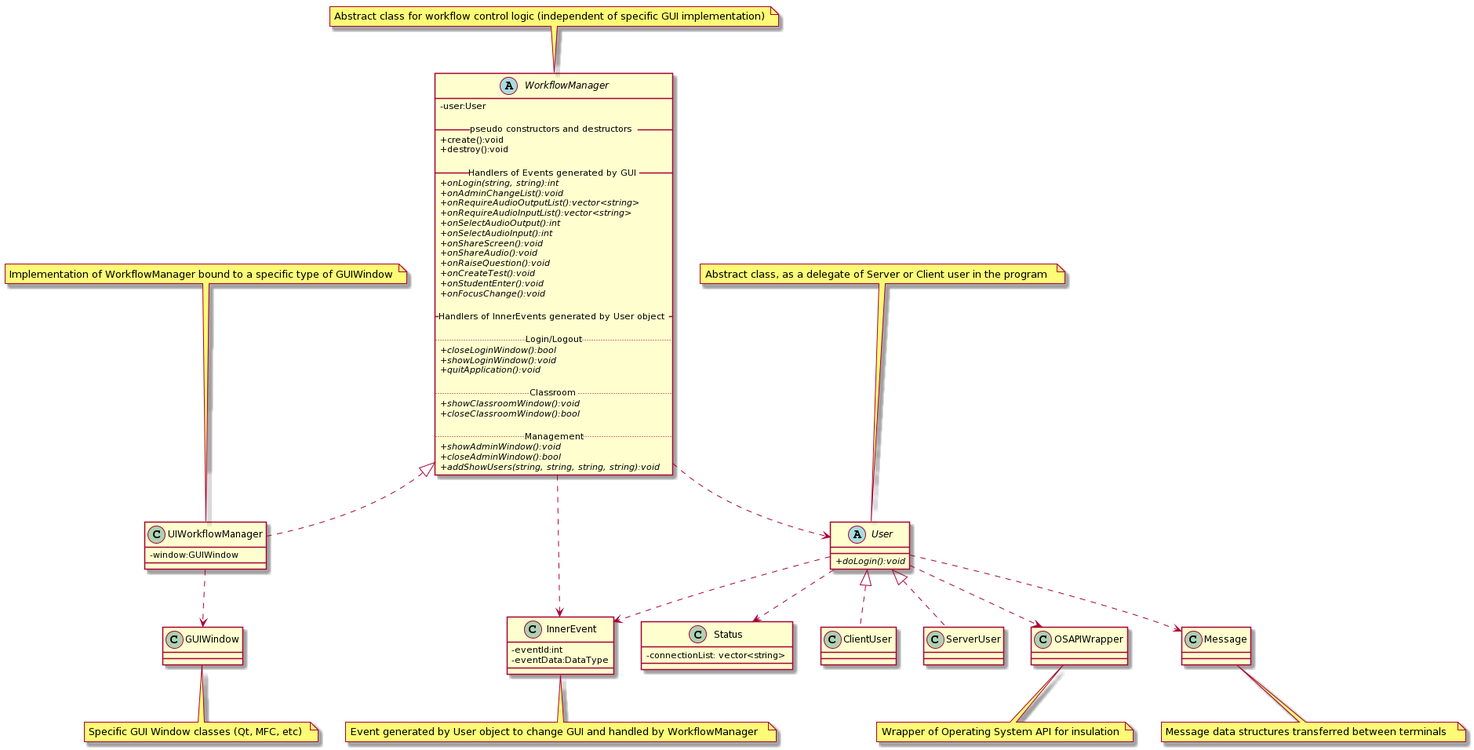
Before: doc/类图plantUML.png, a diagram exported from PlantUML (profthecopyright/Thunder_Class).
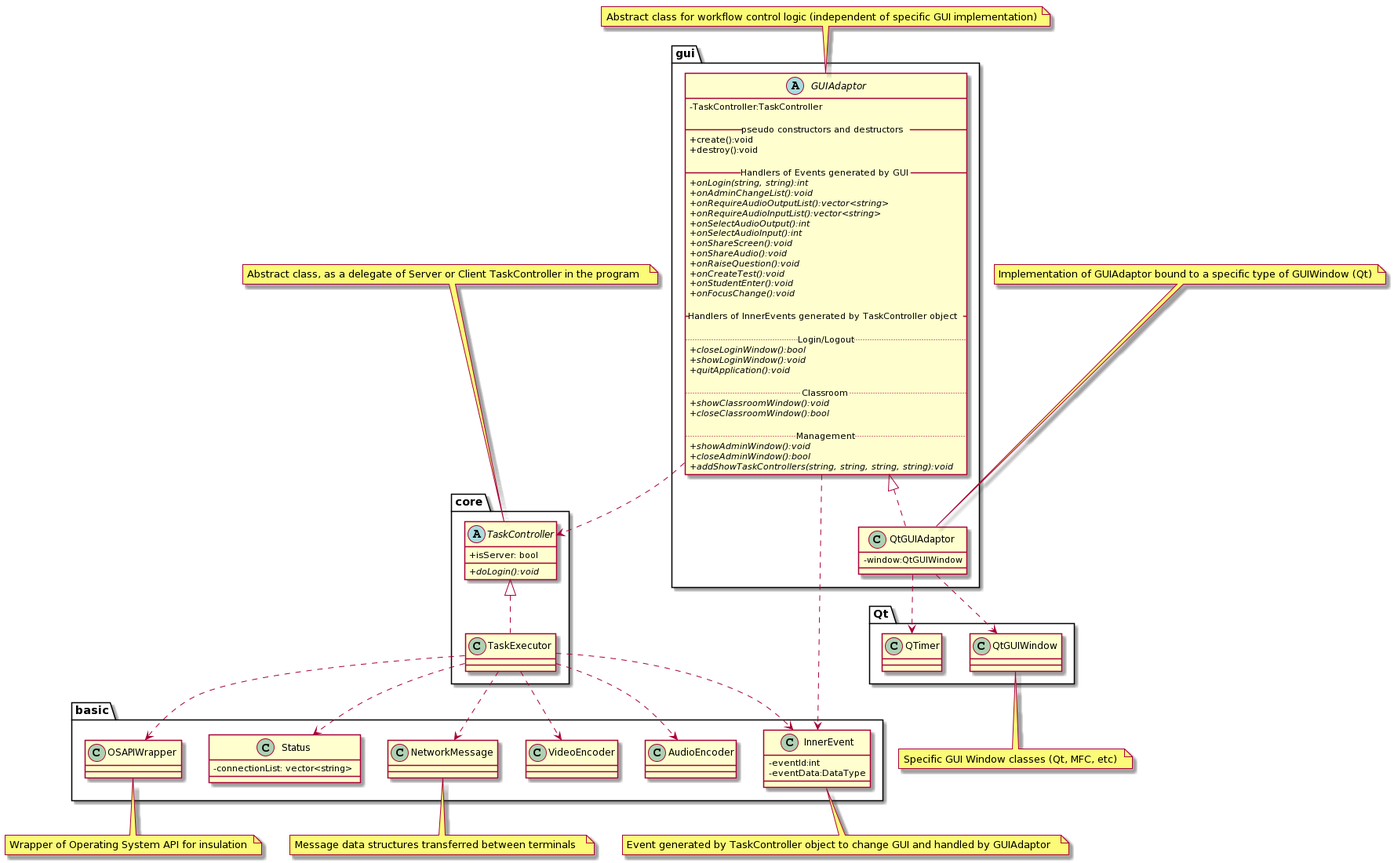
After the change.

Commit message:
更新类图及文档

1. 类重命名
WorkflowManager -> GUIAdaptor
User -> TaskController
Bot -> Executor
取消Client/Server作为不同类实现的设计，改为同一类的不同mode（bool字段isServer控制）
2. 各类按模块分包(basic, core, gui, Qt)，并在类图中添加包图结构。

The edit, as a diff of the source:
```diff
@@ -1,13 +1,41 @@
 @startuml
 skinparam classAttributeIconSize 0
 
+package basic
+{
+	class OSAPIWrapper
+	class AudioEncoder
+	class VideoEncoder
+	class Status
+	class InnerEvent
+	class NetworkMessage
+}
 
-abstract class User
+package core
 {
+	class TaskController
+	class TaskExecutor
+}
+
+package gui
+{
+	class GUIAdaptor
+	class QtGUIAdaptor
+}
+
+package Qt
+{
+	class QtGUIWindow
+	class QTimer
+}
+
+abstract class TaskController
+{
+	+ isServer: bool
 	+ {abstract} doLogin():void
 }
 
-note top of User: Abstract class, as a delegate of Server or Client user in the program
+note top of TaskController: Abstract class, as a delegate of Server or Client TaskController in the program
 
 
 class InnerEvent
@@ -16,16 +44,16 @@
 	-eventData:DataType
 }
 
-note bottom of InnerEvent: Event generated by User object to change GUI and handled by WorkflowManager
+note bottom of InnerEvent: Event generated by TaskController object to change GUI and handled by GUIAdaptor
 
 class Status
 {
 	-connectionList: vector<string>
 }
 
-abstract class WorkflowManager
+abstract class GUIAdaptor
 {
-	-user:User
+	-TaskController:TaskController
 
 	__ pseudo constructors and destructors __
 	+ create():void
@@ -45,7 +73,7 @@
 	+ {abstract} onStudentEnter():void
 	+ {abstract} onFocusChange():void
 
-	__ Handlers of InnerEvents generated by User object  __
+	__ Handlers of InnerEvents generated by TaskController object  __
 
 	..Login/Logout..
 	+ {abstract} closeLoginWindow():bool
@@ -59,30 +87,35 @@
 	..Management..
 	+ {abstract} showAdminWindow():void
 	+ {abstract} closeAdminWindow():bool
-	+ {abstract} addShowUsers(string, string, string, string):void
+	+ {abstract} addShowTaskControllers(string, string, string, string):void
 }
-note top of WorkflowManager: Abstract class for workflow control logic (independent of specific GUI implementation)
+note top of GUIAdaptor: Abstract class for workflow control logic (independent of specific GUI implementation)
 
 
-class UIWorkflowManager
+class QtGUIAdaptor
 {
-	-window:GUIWindow
+	-window:QtGUIWindow
 }
 
-note top of UIWorkflowManager: Implementation of WorkflowManager bound to a specific type of GUIWindow
+note top of QtGUIAdaptor: Implementation of GUIAdaptor bound to a specific type of GUIWindow (Qt)
 
-WorkflowManager <|.. UIWorkflowManager
-User <|.. ClientUser
-User <|.. ServerUser
-User ..> OSAPIWrapper
-User ..> Message
-User ..> Status
-User ..> InnerEvent
-WorkflowManager ..> User
-WorkflowManager ..>InnerEvent
-UIWorkflowManager ..> GUIWindow
+GUIAdaptor <|.. QtGUIAdaptor
+TaskController <|.. TaskExecutor
 
-note bottom of GUIWindow: Specific GUI Window classes (Qt, MFC, etc)
-note bottom of Message: Message data structures transferred between terminals
+TaskExecutor ..> OSAPIWrapper
+TaskExecutor ..> NetworkMessage
+TaskExecutor ..> Status
+TaskExecutor ..> InnerEvent
+
+TaskExecutor ..> VideoEncoder
+TaskExecutor ..> AudioEncoder
+
+GUIAdaptor ..> TaskController
+GUIAdaptor ..>InnerEvent
+QtGUIAdaptor ..> QtGUIWindow
+QtGUIAdaptor ..> QTimer
+
+note bottom of QtGUIWindow: Specific GUI Window classes (Qt, MFC, etc)
+note bottom of NetworkMessage: Message data structures transferred between terminals
 note bottom of OSAPIWrapper: Wrapper of Operating System API for insulation
 @enduml
```
